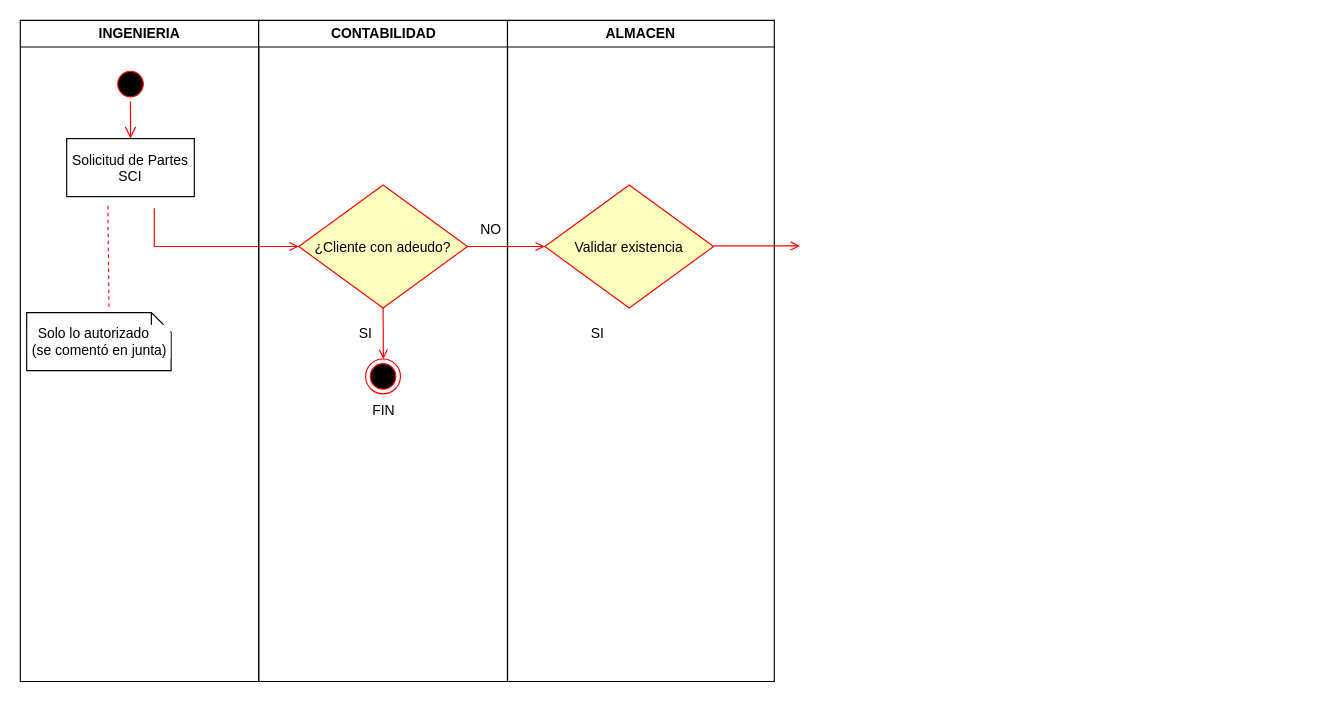
Before: Flujos/D-Actividades-SCI-Servicios-Ingenieria.drawio in RaulGutierrezCarmona/Diagrams, a draw.io diagram. Source tidied: cells renumbered, new cells numbered last; positions are measured from the earlier drawing's top-left corner, leaving out a move shared by most shapes. Both pictures are drawn from the tidied source at 116%, with x=0, y=0 at pixel (20, 20).
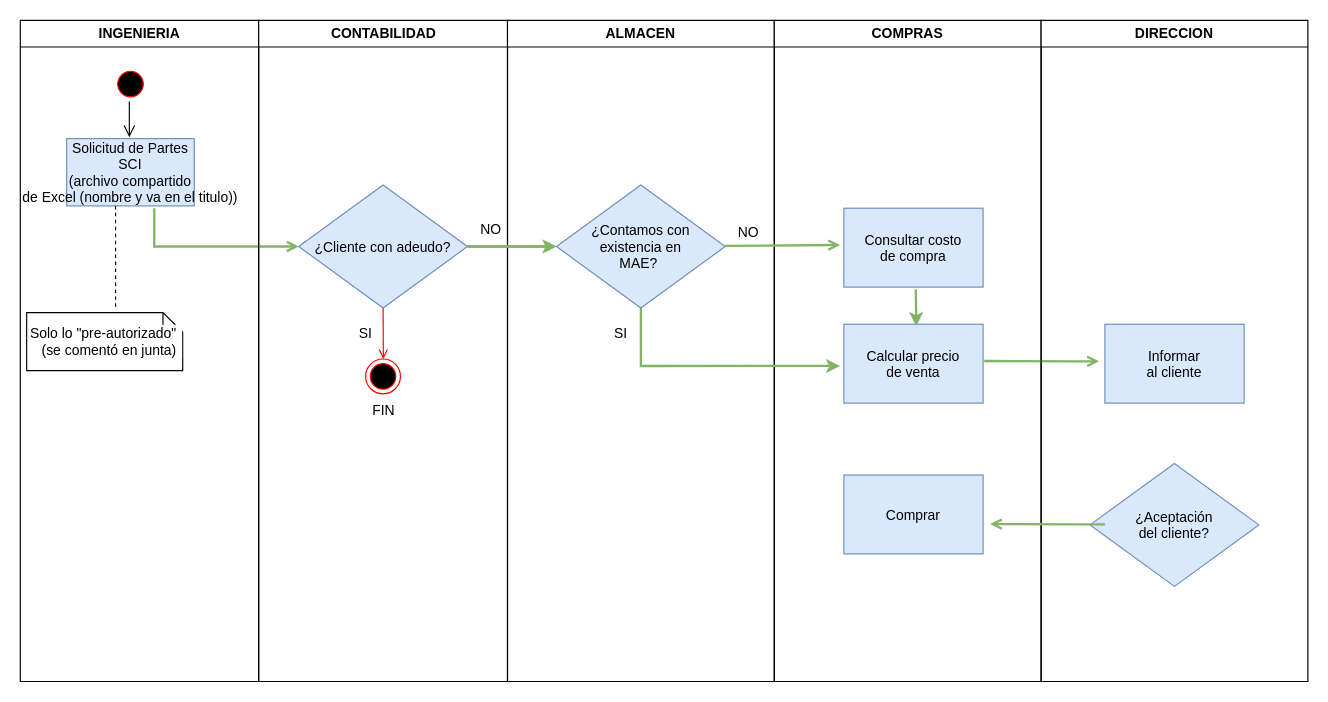
After the change.

The change refers to these unchanged cells:
```xml
<mxCell id="2" value="INGENIERIA" style="swimlane;whiteSpace=wrap;" parent="1" vertex="1">
  <mxGeometry width="205.5" height="570" as="geometry" />
</mxCell>
<mxCell id="3" style="ellipse;shape=startState;fillColor=#000000;strokeColor=#ff0000;" parent="2" vertex="1">
  <mxGeometry x="80" y="40" width="30" height="30" as="geometry" />
</mxCell>
<mxCell id="9" value="CONTABILIDAD" style="swimlane;whiteSpace=wrap;" parent="1" vertex="1">
  <mxGeometry x="205.5" width="214.5" height="570" as="geometry" />
</mxCell>
<mxCell id="17" value="ALMACEN" style="swimlane;whiteSpace=wrap;" parent="1" vertex="1">
  <mxGeometry x="420" width="230" height="570" as="geometry" />
</mxCell>
```

What changed in the source:
```diff
@@
-    <mxCell id="4" style="edgeStyle=elbowEdgeStyle;elbow=horizontal;verticalAlign=bottom;endArrow=open;endSize=8;strokeColor=#FF0000;endFill=1;rounded=0;" parent="2" edge="1" source="3" target="5">
+    <mxCell id="4" style="edgeStyle=elbowEdgeStyle;elbow=horizontal;verticalAlign=bottom;endArrow=open;endSize=8;endFill=1;rounded=0;entryX=0.49;entryY=-0.02;entryDx=0;entryDy=0;entryPerimeter=0;" parent="2" edge="1" source="3" target="5">
       <mxGeometry x="100" y="40" as="geometry" />
     </mxCell>
-    <mxCell id="5" value="Solicitud de Partes&#10;SCI" parent="2" vertex="1">
-      <mxGeometry x="40" y="102" width="110" height="50" as="geometry" />
+    <mxCell id="5" value="Solicitud de Partes&#10;SCI&#10;(archivo compartido&#10;de Excel (nombre y va en el titulo))" style="fillColor=#dae8fc;strokeColor=#6c8ebf;" parent="2" vertex="1">
+      <mxGeometry x="40" y="102" width="110" height="58" as="geometry" />
     </mxCell>
-    <mxCell id="6" style="endArrow=open;strokeColor=#FF0000;endFill=1;rounded=0;edgeStyle=orthogonalEdgeStyle;entryX=0;entryY=0.5;entryDx=0;entryDy=0;" parent="2" edge="1" target="11">
+    <mxCell id="6" style="endArrow=open;endFill=1;rounded=0;edgeStyle=orthogonalEdgeStyle;entryX=0;entryY=0.5;entryDx=0;entryDy=0;fillColor=#d5e8d4;strokeColor=#82b366;strokeWidth=2;" parent="2" edge="1" target="11">
       <mxGeometry x="1" y="-30" relative="1" as="geometry">
         <mxPoint x="115.5" y="162" as="sourcePoint" />
         <Array as="points">
           <mxPoint x="116" y="195" />
         </Array>
         <mxPoint x="30" y="30" as="offset" />
       </mxGeometry>
     </mxCell>
-    <mxCell id="7" value="Solo lo autorizado    (se comentó en junta)" style="shape=note;whiteSpace=wrap;size=17;labelBackgroundColor=default;" parent="2" vertex="1">
-      <mxGeometry x="5.5" y="252" width="124.5" height="50" as="geometry" />
+    <mxCell id="7" value="Solo lo &quot;pre-autorizado&quot;    (se comentó en junta)" style="shape=note;whiteSpace=wrap;size=17;labelBackgroundColor=default;" parent="2" vertex="1">
+      <mxGeometry x="5.5" y="252" width="134.5" height="50" as="geometry" />
     </mxCell>
-    <mxCell id="8" style="endArrow=none;strokeColor=#FF0000;endFill=0;rounded=0;dashed=1;entryX=0.57;entryY=-0.04;entryDx=0;entryDy=0;entryPerimeter=0;" parent="2" edge="1" target="7">
-      <mxGeometry relative="1" as="geometry">
-        <mxPoint x="75.5" y="160" as="sourcePoint" />
-      </mxGeometry>
+    <mxCell id="8" style="endArrow=none;endFill=0;rounded=0;dashed=1;entryX=0.57;entryY=-0.04;entryDx=0;entryDy=0;entryPerimeter=0;exitX=0.383;exitY=1;exitDx=0;exitDy=0;exitPerimeter=0;" parent="2" edge="1" source="5" target="7">
+      <mxGeometry relative="1" as="geometry" />
     </mxCell>
@@
-    <mxCell id="11" value="&#10;¿Cliente con adeudo?&#10;" style="rhombus;fillColor=#ffffc0;strokeColor=#ff0000;" parent="9" vertex="1">
+    <mxCell id="11" value="&#10;¿Cliente con adeudo?&#10;" style="rhombus;fillColor=#dae8fc;strokeColor=#6c8ebf;fontStyle=0;" parent="9" vertex="1">
       <mxGeometry x="34.5" y="142" width="145.5" height="106" as="geometry" />
     </mxCell>
@@
-    <mxCell id="18" value="Validar existencia" style="rhombus;fillColor=#ffffc0;strokeColor=#ff0000;" parent="17" vertex="1">
-      <mxGeometry x="32.2" y="142" width="145.5" height="106" as="geometry" />
+    <mxCell id="18" value="¿Contamos con &#10;existencia en&#10;MAE? " style="rhombus;fillColor=#dae8fc;strokeColor=#6c8ebf;" parent="17" vertex="1">
+      <mxGeometry x="42.2" y="142" width="145.5" height="106" as="geometry" />
     </mxCell>
+    <mxCell id="20" value="SI" style="text;html=1;strokeColor=none;fillColor=none;align=center;verticalAlign=middle;whiteSpace=wrap;rounded=0;labelBackgroundColor=default;" parent="17" vertex="1">
+      <mxGeometry x="80" y="255" width="35.5" height="30" as="geometry" />
+    </mxCell>
+    <mxCell id="22" value="NO" style="text;html=1;strokeColor=none;fillColor=none;align=center;verticalAlign=middle;whiteSpace=wrap;rounded=0;labelBackgroundColor=default;" parent="17" vertex="1">
+      <mxGeometry x="187.8" y="172" width="40" height="22" as="geometry" />
+    </mxCell>
+    <mxCell id="21" style="endArrow=open;endFill=1;rounded=0;exitX=1;exitY=0.5;exitDx=0;exitDy=0;entryX=0;entryY=0.5;entryDx=0;entryDy=0;fillColor=#d5e8d4;strokeColor=#82b366;strokeWidth=2;" parent="1" edge="1" source="11" target="18">
+      <mxGeometry x="1" y="-30" relative="1" as="geometry">
+        <mxPoint x="30" y="30" as="offset" />
+      </mxGeometry>
+    </mxCell>
+    <mxCell id="23" value="COMPRAS" style="swimlane;whiteSpace=wrap;" parent="1" vertex="1">
+      <mxGeometry x="650" width="230" height="570" as="geometry" />
+    </mxCell>
+    <mxCell id="24" style="endArrow=open;strokeColor=#82b366;endFill=1;rounded=0;exitX=1.008;exitY=0.466;exitDx=0;exitDy=0;exitPerimeter=0;fillColor=#d5e8d4;strokeWidth=2;" parent="23" edge="1" source="28">
+      <mxGeometry x="1" y="-30" relative="1" as="geometry">
+        <mxPoint x="280" y="294" as="targetPoint" />
+        <Array as="points">
+          <mxPoint x="260" y="294" />
+        </Array>
+        <mxPoint x="30" y="30" as="offset" />
+      </mxGeometry>
+    </mxCell>
+    <mxCell id="25" value="Consultar costo &#10;de compra" style="fillColor=#dae8fc;strokeColor=#6c8ebf;" parent="23" vertex="1">
+      <mxGeometry x="60" y="162" width="120" height="68" as="geometry" />
+    </mxCell>
+    <mxCell id="26" value="Comprar" style="fillColor=#dae8fc;strokeColor=#6c8ebf;" parent="23" vertex="1">
+      <mxGeometry x="60" y="392" width="120" height="68" as="geometry" />
+    </mxCell>
+    <mxCell id="27" style="edgeStyle=orthogonalEdgeStyle;rounded=0;jettySize=auto;html=1;strokeWidth=2;entryX=0.52;entryY=0.025;entryDx=0;entryDy=0;entryPerimeter=0;fillColor=#d5e8d4;strokeColor=#82b366;" parent="23" edge="1" target="28">
+      <mxGeometry relative="1" as="geometry">
+        <mxPoint x="122" y="232" as="sourcePoint" />
+      </mxGeometry>
+    </mxCell>
+    <mxCell id="28" value="Calcular precio &#10;de venta" style="fillColor=#dae8fc;strokeColor=#6c8ebf;" parent="23" vertex="1">
+      <mxGeometry x="60" y="262" width="120" height="68" as="geometry" />
+    </mxCell>
+    <mxCell id="29" value="DIRECCION" style="swimlane;whiteSpace=wrap;" parent="1" vertex="1">
+      <mxGeometry x="880" width="230" height="570" as="geometry" />
+    </mxCell>
+    <mxCell id="30" value="¿Aceptación &#10;del cliente?" style="rhombus;fillColor=#dae8fc;strokeColor=#6c8ebf;" parent="29" vertex="1">
+      <mxGeometry x="42.2" y="382" width="145.5" height="106" as="geometry" />
+    </mxCell>
+    <mxCell id="31" value="Informar &#10;al cliente" style="fillColor=#dae8fc;strokeColor=#6c8ebf;" parent="29" vertex="1">
+      <mxGeometry x="55" y="262" width="120" height="68" as="geometry" />
+    </mxCell>
+    <mxCell id="32" style="endArrow=open;strokeColor=#82b366;endFill=1;rounded=0;exitX=1.008;exitY=0.466;exitDx=0;exitDy=0;exitPerimeter=0;fillColor=#d5e8d4;strokeWidth=2;" parent="29" edge="1">
+      <mxGeometry x="1" y="-30" relative="1" as="geometry">
+        <mxPoint x="55" y="434.6" as="sourcePoint" />
+        <mxPoint x="-44" y="434.3" as="targetPoint" />
+        <Array as="points">
+          <mxPoint x="35" y="434.6" />
+        </Array>
+        <mxPoint x="30" y="30" as="offset" />
+      </mxGeometry>
+    </mxCell>
+    <mxCell id="33" style="edgeStyle=orthogonalEdgeStyle;rounded=0;jettySize=auto;html=1;strokeWidth=2;fillColor=#d5e8d4;strokeColor=#82b366;" parent="1" edge="1" source="11" target="18">
+      <mxGeometry relative="1" as="geometry" />
+    </mxCell>
-    <mxCell id="19" style="endArrow=open;strokeColor=#FF0000;endFill=1;rounded=0;exitX=1;exitY=0.5;exitDx=0;exitDy=0;" parent="17" edge="1">
+    <mxCell id="19" style="endArrow=open;strokeColor=#82b366;endFill=1;rounded=0;fillColor=#d5e8d4;strokeWidth=2;entryX=-0.027;entryY=0.466;entryDx=0;entryDy=0;entryPerimeter=0;" parent="1" edge="1" source="18" target="25">
       <mxGeometry x="1" y="-30" relative="1" as="geometry">
-        <mxPoint x="177.8" y="194.5" as="sourcePoint" />
-        <mxPoint x="252.2" y="194.5" as="targetPoint" />
         <mxPoint x="30" y="30" as="offset" />
       </mxGeometry>
     </mxCell>
-    <mxCell id="20" value="SI" style="text;html=1;strokeColor=none;fillColor=none;align=center;verticalAlign=middle;whiteSpace=wrap;rounded=0;labelBackgroundColor=default;" parent="17" vertex="1">
-      <mxGeometry x="60" y="255" width="35.5" height="30" as="geometry" />
-    </mxCell>
-    <mxCell id="21" style="endArrow=open;strokeColor=#FF0000;endFill=1;rounded=0;exitX=1;exitY=0.5;exitDx=0;exitDy=0;entryX=0;entryY=0.5;entryDx=0;entryDy=0;" parent="1" edge="1" source="11" target="18">
-      <mxGeometry x="1" y="-30" relative="1" as="geometry">
-        <mxPoint x="30" y="30" as="offset" />
-      </mxGeometry>
-    </mxCell>
+    <mxCell id="34" style="edgeStyle=none;jettySize=auto;html=1;rounded=0;strokeWidth=2;fillColor=#d5e8d4;strokeColor=#82b366;entryX=-0.027;entryY=0.529;entryDx=0;entryDy=0;exitX=0.5;exitY=1;exitDx=0;exitDy=0;entryPerimeter=0;" parent="1" edge="1" source="18" target="28">
+      <mxGeometry relative="1" as="geometry">
+        <Array as="points">
+          <mxPoint x="535" y="298" />
+        </Array>
+      </mxGeometry>
+    </mxCell>
```
